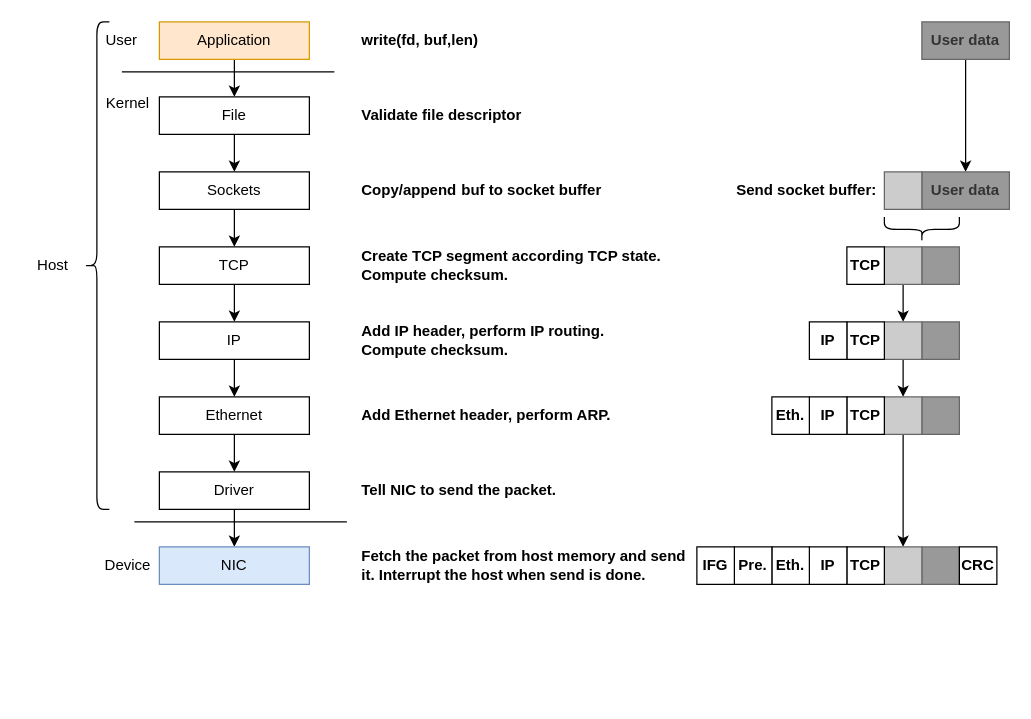
wehyy/my-world keeps this draw.io diagram as page "Page-4" (4 of 5) of network basic.drawio. Above is the earlier version. Source tidied: cells renumbered, new cells numbered last; positions are measured from the earlier drawing's top-left corner, leaving out a move shared by most shapes. Both pictures are drawn from the tidied source at 125%, with x=0, y=0 at pixel (21, 21).
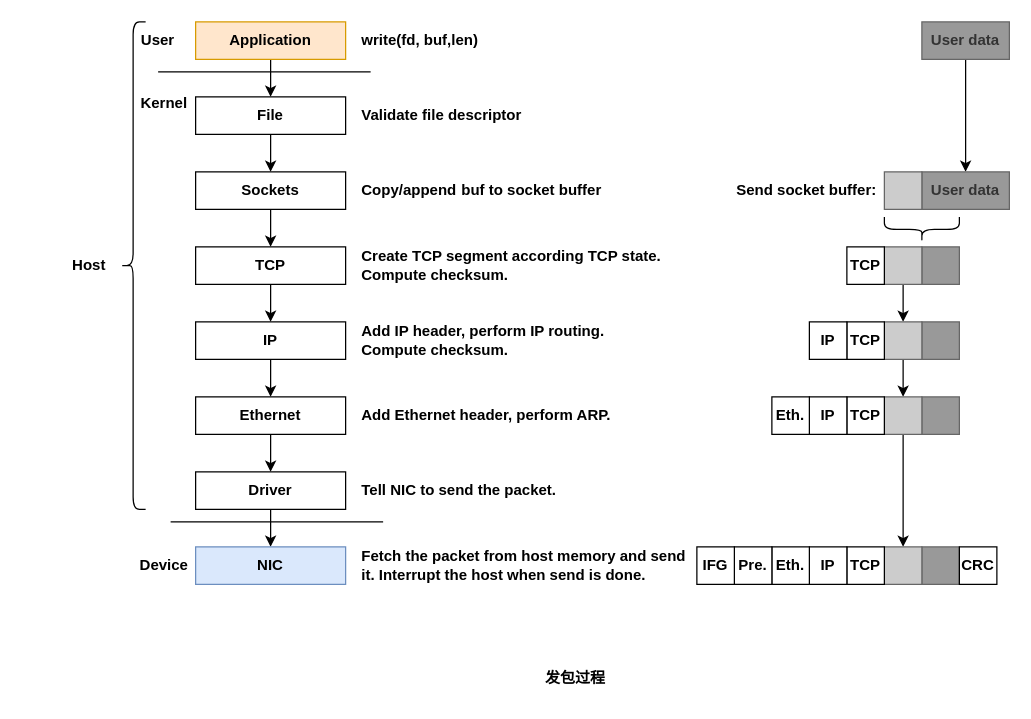
Above is the later version.

The edit, as a diff of the source:
```diff
@@
-    <mxCell id="2" style="edgeStyle=orthogonalEdgeStyle;rounded=0;jettySize=auto;html=1;" parent="1" edge="1" source="3" target="5">
+    <mxCell id="2" style="edgeStyle=orthogonalEdgeStyle;rounded=0;jettySize=auto;html=1;fontStyle=1;" parent="1" edge="1" source="3" target="5">
       <mxGeometry relative="1" as="geometry" />
     </mxCell>
-    <mxCell id="3" value="Application" style="rounded=0;whiteSpace=wrap;html=1;fillColor=#ffe6cc;strokeColor=#d79b00;" parent="1" vertex="1">
-      <mxGeometry x="110" width="120" height="30" as="geometry" />
+    <mxCell id="3" value="Application" style="rounded=0;whiteSpace=wrap;html=1;fillColor=#ffe6cc;strokeColor=#d79b00;fontStyle=1;" parent="1" vertex="1">
+      <mxGeometry x="139" width="120" height="30" as="geometry" />
     </mxCell>
-    <mxCell id="4" style="edgeStyle=orthogonalEdgeStyle;rounded=0;jettySize=auto;html=1;" parent="1" edge="1" source="5" target="7">
+    <mxCell id="4" style="edgeStyle=orthogonalEdgeStyle;rounded=0;jettySize=auto;html=1;fontStyle=1;" parent="1" edge="1" source="5" target="7">
       <mxGeometry relative="1" as="geometry" />
     </mxCell>
-    <mxCell id="5" value="File" style="rounded=0;whiteSpace=wrap;html=1;" parent="1" vertex="1">
-      <mxGeometry x="110" y="60" width="120" height="30" as="geometry" />
+    <mxCell id="5" value="File" style="rounded=0;whiteSpace=wrap;html=1;fontStyle=1;" parent="1" vertex="1">
+      <mxGeometry x="139" y="60" width="120" height="30" as="geometry" />
     </mxCell>
-    <mxCell id="6" style="edgeStyle=orthogonalEdgeStyle;rounded=0;jettySize=auto;html=1;" parent="1" edge="1" source="7" target="9">
+    <mxCell id="6" style="edgeStyle=orthogonalEdgeStyle;rounded=0;jettySize=auto;html=1;fontStyle=1;" parent="1" edge="1" source="7" target="9">
       <mxGeometry relative="1" as="geometry" />
     </mxCell>
-    <mxCell id="7" value="Sockets" style="rounded=0;whiteSpace=wrap;html=1;" parent="1" vertex="1">
-      <mxGeometry x="110" y="120" width="120" height="30" as="geometry" />
+    <mxCell id="7" value="Sockets" style="rounded=0;whiteSpace=wrap;html=1;fontStyle=1;" parent="1" vertex="1">
+      <mxGeometry x="139" y="120" width="120" height="30" as="geometry" />
     </mxCell>
-    <mxCell id="8" style="edgeStyle=orthogonalEdgeStyle;rounded=0;jettySize=auto;html=1;" parent="1" edge="1" source="9" target="11">
+    <mxCell id="8" style="edgeStyle=orthogonalEdgeStyle;rounded=0;jettySize=auto;html=1;fontStyle=1;" parent="1" edge="1" source="9" target="11">
       <mxGeometry relative="1" as="geometry" />
     </mxCell>
-    <mxCell id="9" value="TCP" style="rounded=0;whiteSpace=wrap;html=1;" parent="1" vertex="1">
-      <mxGeometry x="110" y="180" width="120" height="30" as="geometry" />
+    <mxCell id="9" value="TCP" style="rounded=0;whiteSpace=wrap;html=1;fontStyle=1;" parent="1" vertex="1">
+      <mxGeometry x="139" y="180" width="120" height="30" as="geometry" />
     </mxCell>
-    <mxCell id="10" style="edgeStyle=orthogonalEdgeStyle;rounded=0;jettySize=auto;html=1;" parent="1" edge="1" source="11" target="13">
+    <mxCell id="10" style="edgeStyle=orthogonalEdgeStyle;rounded=0;jettySize=auto;html=1;fontStyle=1;" parent="1" edge="1" source="11" target="13">
       <mxGeometry relative="1" as="geometry" />
     </mxCell>
-    <mxCell id="11" value="IP" style="rounded=0;whiteSpace=wrap;html=1;" parent="1" vertex="1">
-      <mxGeometry x="110" y="240" width="120" height="30" as="geometry" />
+    <mxCell id="11" value="IP" style="rounded=0;whiteSpace=wrap;html=1;fontStyle=1;" parent="1" vertex="1">
+      <mxGeometry x="139" y="240" width="120" height="30" as="geometry" />
     </mxCell>
-    <mxCell id="12" style="edgeStyle=orthogonalEdgeStyle;rounded=0;jettySize=auto;html=1;" parent="1" edge="1" source="13" target="15">
+    <mxCell id="12" style="edgeStyle=orthogonalEdgeStyle;rounded=0;jettySize=auto;html=1;fontStyle=1;" parent="1" edge="1" source="13" target="15">
       <mxGeometry relative="1" as="geometry" />
     </mxCell>
-    <mxCell id="13" value="Ethernet" style="rounded=0;whiteSpace=wrap;html=1;" parent="1" vertex="1">
-      <mxGeometry x="110" y="300" width="120" height="30" as="geometry" />
+    <mxCell id="13" value="Ethernet" style="rounded=0;whiteSpace=wrap;html=1;fontStyle=1;" parent="1" vertex="1">
+      <mxGeometry x="139" y="300" width="120" height="30" as="geometry" />
     </mxCell>
-    <mxCell id="14" style="edgeStyle=orthogonalEdgeStyle;rounded=0;jettySize=auto;html=1;" parent="1" edge="1" source="15" target="16">
+    <mxCell id="14" style="edgeStyle=orthogonalEdgeStyle;rounded=0;jettySize=auto;html=1;fontStyle=1;" parent="1" edge="1" source="15" target="16">
       <mxGeometry relative="1" as="geometry" />
     </mxCell>
-    <mxCell id="15" value="Driver" style="rounded=0;whiteSpace=wrap;html=1;" parent="1" vertex="1">
-      <mxGeometry x="110" y="360" width="120" height="30" as="geometry" />
+    <mxCell id="15" value="Driver" style="rounded=0;whiteSpace=wrap;html=1;fontStyle=1;" parent="1" vertex="1">
+      <mxGeometry x="139" y="360" width="120" height="30" as="geometry" />
     </mxCell>
-    <mxCell id="16" value="NIC" style="rounded=0;whiteSpace=wrap;html=1;fillColor=#dae8fc;strokeColor=#6c8ebf;" parent="1" vertex="1">
-      <mxGeometry x="110" y="420" width="120" height="30" as="geometry" />
+    <mxCell id="16" value="NIC" style="rounded=0;whiteSpace=wrap;html=1;fillColor=#dae8fc;strokeColor=#6c8ebf;fontStyle=1;" parent="1" vertex="1">
+      <mxGeometry x="139" y="420" width="120" height="30" as="geometry" />
     </mxCell>
-    <mxCell id="17" style="shape=curlyBracket;whiteSpace=wrap;html=1;rounded=1;labelPosition=left;verticalLabelPosition=middle;align=right;verticalAlign=middle;" parent="1" vertex="1">
-      <mxGeometry x="50" width="20" height="390" as="geometry" />
+    <mxCell id="17" style="shape=curlyBracket;whiteSpace=wrap;html=1;rounded=1;labelPosition=left;verticalLabelPosition=middle;align=right;verticalAlign=middle;fontStyle=1;" parent="1" vertex="1">
+      <mxGeometry x="79" width="20" height="390" as="geometry" />
     </mxCell>
-    <mxCell id="18" value="User" style="text;html=1;strokeColor=none;fillColor=none;align=center;verticalAlign=middle;whiteSpace=wrap;rounded=0;" parent="1" vertex="1">
-      <mxGeometry x="50" width="60" height="30" as="geometry" />
+    <mxCell id="18" value="User" style="text;html=1;strokeColor=none;fillColor=none;align=center;verticalAlign=middle;whiteSpace=wrap;rounded=0;fontStyle=1;" parent="1" vertex="1">
+      <mxGeometry x="79" width="60" height="30" as="geometry" />
     </mxCell>
     <mxCell id="19" style="endArrow=none;html=1;rounded=0;" parent="1" edge="1">
       <mxGeometry relative="1" as="geometry">
-        <mxPoint x="80" y="40" as="sourcePoint" />
-        <mxPoint x="250" y="40" as="targetPoint" />
+        <mxPoint x="109" y="40" as="sourcePoint" />
+        <mxPoint x="279" y="40" as="targetPoint" />
       </mxGeometry>
     </mxCell>
     <mxCell id="20" style="endArrow=none;html=1;rounded=0;" parent="1" edge="1">
       <mxGeometry relative="1" as="geometry">
-        <mxPoint x="90" y="400" as="sourcePoint" />
-        <mxPoint x="260" y="400" as="targetPoint" />
+        <mxPoint x="119" y="400" as="sourcePoint" />
+        <mxPoint x="289" y="400" as="targetPoint" />
       </mxGeometry>
     </mxCell>
-    <mxCell id="21" value="Kernel" style="text;html=1;strokeColor=none;fillColor=none;align=center;verticalAlign=middle;whiteSpace=wrap;rounded=0;" parent="1" vertex="1">
-      <mxGeometry x="60" y="50" width="50" height="30" as="geometry" />
+    <mxCell id="21" value="Kernel" style="text;html=1;strokeColor=none;fillColor=none;align=center;verticalAlign=middle;whiteSpace=wrap;rounded=0;fontStyle=1;" parent="1" vertex="1">
+      <mxGeometry x="89" y="50" width="50" height="30" as="geometry" />
     </mxCell>
-    <mxCell id="22" value="Device" style="text;html=1;strokeColor=none;fillColor=none;align=center;verticalAlign=middle;whiteSpace=wrap;rounded=0;" parent="1" vertex="1">
-      <mxGeometry x="60" y="420" width="50" height="30" as="geometry" />
+    <mxCell id="22" value="Device" style="text;html=1;strokeColor=none;fillColor=none;align=center;verticalAlign=middle;whiteSpace=wrap;rounded=0;fontStyle=1;" parent="1" vertex="1">
+      <mxGeometry x="89" y="420" width="50" height="30" as="geometry" />
     </mxCell>
-    <mxCell id="23" value="Host" style="text;html=1;strokeColor=none;fillColor=none;align=center;verticalAlign=middle;whiteSpace=wrap;rounded=0;" parent="1" vertex="1">
-      <mxGeometry y="180" width="50" height="30" as="geometry" />
+    <mxCell id="23" value="Host" style="text;html=1;strokeColor=none;fillColor=none;align=center;verticalAlign=middle;whiteSpace=wrap;rounded=0;fontStyle=1;" parent="1" vertex="1">
+      <mxGeometry x="29" y="180" width="50" height="30" as="geometry" />
     </mxCell>
@@
+    <mxCell id="61" value="&lt;b&gt;发包过程&lt;/b&gt;" style="text;html=1;strokeColor=none;fillColor=none;align=center;verticalAlign=middle;whiteSpace=wrap;rounded=0;" parent="1" vertex="1">
+      <mxGeometry x="413" y="510" width="60" height="30" as="geometry" />
+    </mxCell>
```
